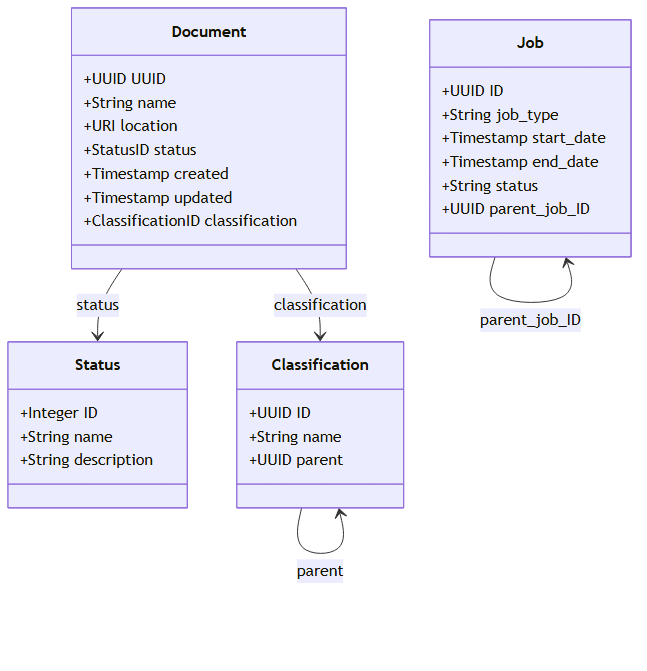
rmsantis-cl/4thBrain keeps this Mermaid diagram as documets/design/classes.png. Above is the earlier version. Its source is kept beside it as documets/design/classes.mmd. The source it was exported from:
```mermaid
classDiagram
    class Document {
        +UUID UUID
        +String name
        +URI location
        +StatusID status
        +Timestamp created
        +Timestamp updated
        +ClassificationID classification
    }

    class Status {
        +Integer ID
        +String name
        +String description
    }

    class Classification {
        +UUID ID
        +String name
        +UUID parent
    }

    class Job {
        +UUID ID
        +String job_type
        +Timestamp start_date
        +Timestamp end_date
        +String status
        +UUID parent_job_ID
    }

    Document --> Status : status
    Document --> Classification : classification
    Classification --> Classification : parent
    Job --> Job : parent_job_ID
```
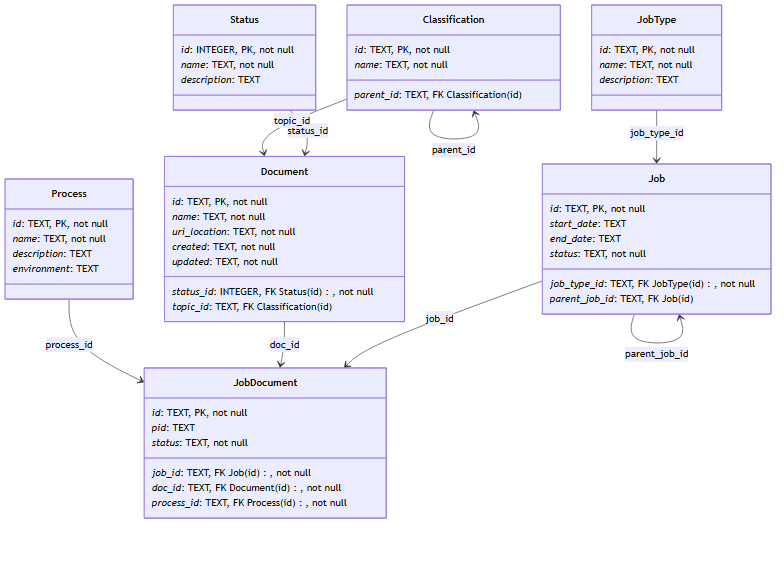
After the change.

The edit, as a diff of the source:
```diff
@@ -1,36 +1,62 @@
 classDiagram
     class Document {
-        +UUID UUID
-        +String name
-        +URI location
-        +StatusID status
-        +Timestamp created
-        +Timestamp updated
-        +ClassificationID classification
+        *id*: TEXT, PK, not null
+        *name*: TEXT, not null
+        *uri_location*: TEXT, not null
+        *status_id*: INTEGER, FK Status(id), not null
+        *created*: TEXT, not null
+        *updated*: TEXT, not null
+        *topic_id*: TEXT, FK Classification(id)
     }
 
     class Status {
-        +Integer ID
-        +String name
-        +String description
+        *id*: INTEGER, PK, not null
+        *name*: TEXT, not null
+        *description*: TEXT
     }
 
     class Classification {
-        +UUID ID
-        +String name
-        +UUID parent
+        *id*: TEXT, PK, not null
+        *name*: TEXT, not null
+        *parent_id*: TEXT, FK Classification(id)
     }
 
     class Job {
-        +UUID ID
-        +String job_type
-        +Timestamp start_date
-        +Timestamp end_date
-        +String status
-        +UUID parent_job_ID
+        *id*: TEXT, PK, not null
+        *job_type_id*: TEXT, FK JobType(id), not null
+        *start_date*: TEXT
+        *end_date*: TEXT
+        *status*: TEXT, not null
+        *parent_job_id*: TEXT, FK Job(id)
     }
 
-    Document --> Status : status
-    Document --> Classification : classification
-    Classification --> Classification : parent
-    Job --> Job : parent_job_ID
+    class JobType {
+        *id*: TEXT, PK, not null
+        *name*: TEXT, not null
+        *description*: TEXT
+    }
+
+    class Process {
+        *id*: TEXT, PK, not null
+        *name*: TEXT, not null
+        *description*: TEXT
+        *environment*: TEXT
+    }
+
+    class JobDocument {
+        *id*: TEXT, PK, not null
+        *job_id*: TEXT, FK Job(id), not null
+        *doc_id*: TEXT, FK Document(id), not null
+        *process_id*: TEXT, FK Process(id), not null
+        *pid*: TEXT
+        *status*: TEXT, not null
+    }
+
+    Status --> Document : status_id
+    Classification --> Document : topic_id
+    Classification --> Classification : parent_id
+    JobType --> Job : job_type_id
+    Job --> Job : parent_job_id
+    Job --> JobDocument : job_id
+    Document --> JobDocument : doc_id
+    Process --> JobDocument : process_id
```
